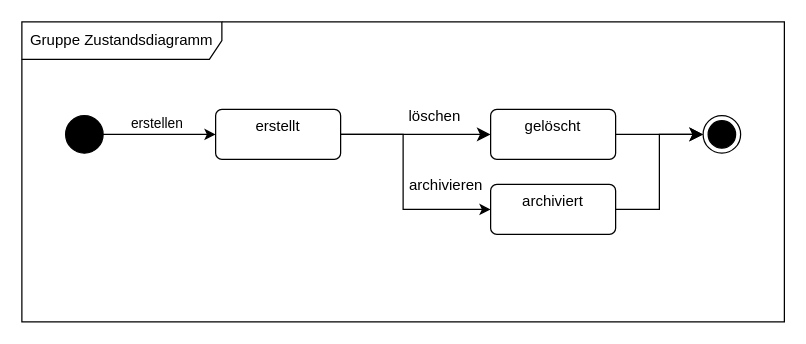
This is Datenmodelle/Evently_Gruppe_Zustandsdiagramm.drawio from Malte-W-Schule/Software-Technick-2026-Sem03, a draw.io file, before an edit. Source tidied: cells renumbered, new cells numbered last; positions are measured from the earlier drawing's top-left corner, leaving out a move shared by most shapes. Both pictures are drawn from the tidied source at 125%, with x=0, y=0 at pixel (21, 21).
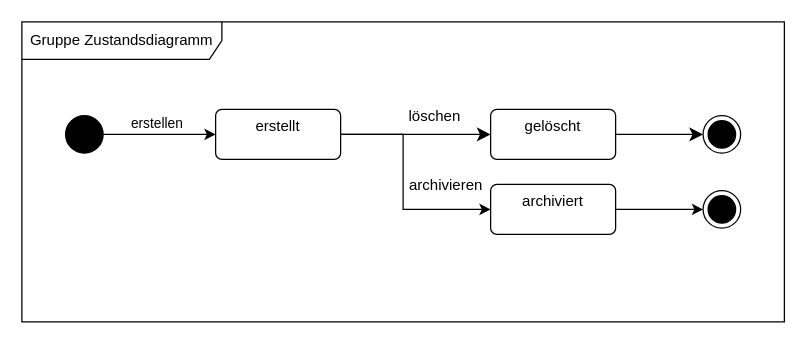
After the change.

Unchanged cells that the change refers to:
```xml
<mxCell id="2" value="Gruppe Zustandsdiagramm" style="shape=umlFrame;whiteSpace=wrap;html=1;width=160;" parent="1" vertex="1">
  <mxGeometry width="610" height="240" as="geometry" />
</mxCell>
<mxCell id="14" value="archiviert" style="html=1;align=center;verticalAlign=top;rounded=1;absoluteArcSize=1;arcSize=10;dashed=0;whiteSpace=wrap;" parent="2" vertex="1">
  <mxGeometry x="375" y="130" width="100" height="40" as="geometry" />
</mxCell>
<mxCell id="15" style="ellipse;html=1;shape=endState;fillColor=strokeColor;" parent="2" vertex="1">
  <mxGeometry x="545" y="75" width="30" height="30" as="geometry" />
</mxCell>
```

Change to the diagram source:
```diff
@@
-    <mxCell id="13" style="edgeStyle=orthogonalEdgeStyle;rounded=0;jettySize=auto;html=1;fontSize=12;startSize=8;endSize=8;entryX=0;entryY=0.5;entryDx=0;entryDy=0;" parent="2" edge="1" source="14" target="15">
-      <mxGeometry relative="1" as="geometry" />
-    </mxCell>
+    <mxCell id="16" style="edgeStyle=orthogonalEdgeStyle;rounded=0;jettySize=auto;html=1;entryX=0;entryY=0.5;entryDx=0;entryDy=0;" parent="2" edge="1" source="14" target="17">
+      <mxGeometry relative="1" as="geometry" />
+    </mxCell>
@@
+    <mxCell id="17" style="ellipse;html=1;shape=endState;fillColor=strokeColor;" parent="2" vertex="1">
+      <mxGeometry x="545" y="135" width="30" height="30" as="geometry" />
+    </mxCell>
```
